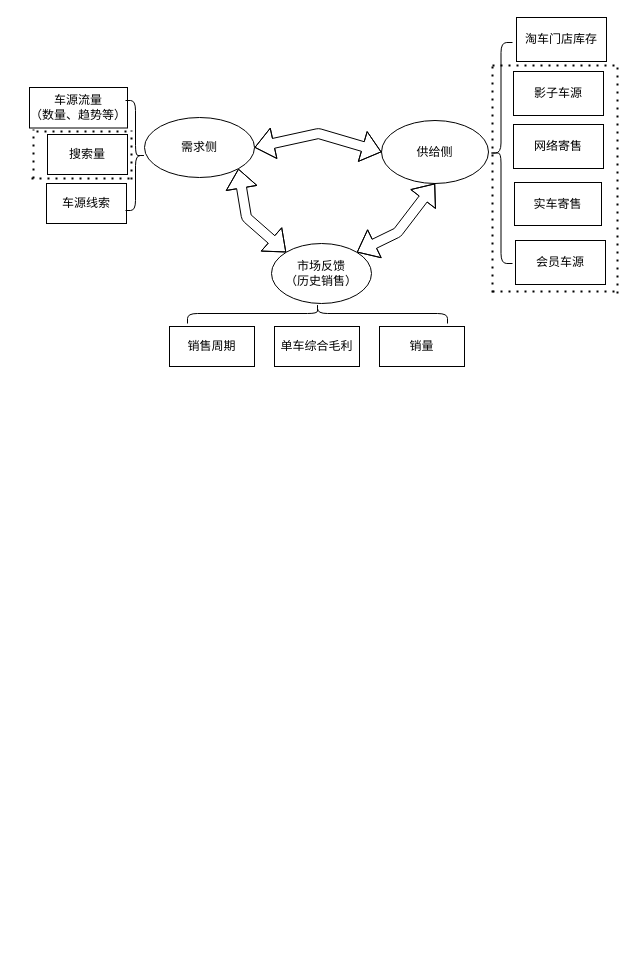
Above: Untitled Diagram.drawio in mrlonely001/gittest (draw.io), before the change. Source tidied: cells renumbered, new cells numbered last; positions are measured from the earlier drawing's top-left corner, leaving out a move shared by most shapes. Both pictures are drawn from the tidied source at 100%, with x=0, y=0 at pixel (29, 17).
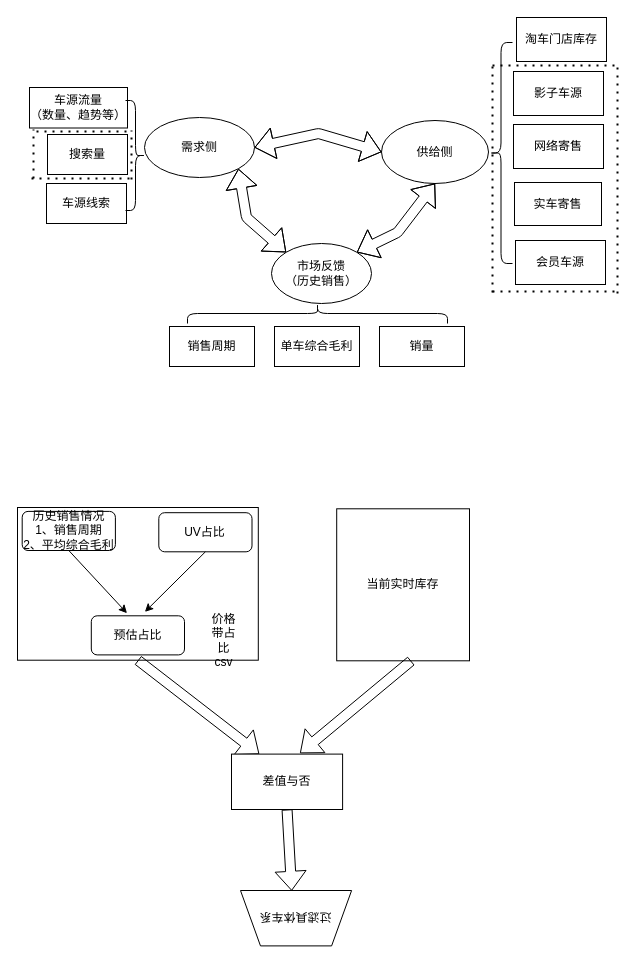
The same diagram, later.

What changed in the source:
```diff
@@
+    <mxCell id="30" style="group;" parent="1" vertex="1">
+      <mxGeometry x="-12" y="490" width="452" height="435" as="geometry" />
+    </mxCell>
+    <mxCell id="31" style="group;" parent="30" vertex="1">
+      <mxGeometry width="452" height="153.3" as="geometry" />
+    </mxCell>
+    <mxCell id="32" style="rounded=0;whiteSpace=wrap;html=1;" parent="31" vertex="1">
+      <mxGeometry width="240.8" height="152.7" as="geometry" />
+    </mxCell>
+    <mxCell id="33" value="历史销售情况&lt;br&gt;1、销售周期&lt;br&gt;2、平均综合毛利" style="rounded=1;whiteSpace=wrap;html=1;" parent="31" vertex="1">
+      <mxGeometry x="4.7" y="3.9" width="93.2" height="39.1" as="geometry" />
+    </mxCell>
+    <mxCell id="34" value="UV占比&lt;br&gt;" style="rounded=1;whiteSpace=wrap;html=1;" parent="31" vertex="1">
+      <mxGeometry x="141.3" y="5.2" width="93.2" height="39.1" as="geometry" />
+    </mxCell>
+    <mxCell id="35" style="endArrow=classic;html=1;exitX=0.5;exitY=1;exitDx=0;exitDy=0;" parent="31" edge="1" source="33">
+      <mxGeometry relative="1" as="geometry">
+        <mxPoint x="109.5" y="105.7" as="targetPoint" />
+      </mxGeometry>
+    </mxCell>
+    <mxCell id="36" style="endArrow=classic;html=1;exitX=0.5;exitY=1;exitDx=0;exitDy=0;" parent="31" edge="1" source="34">
+      <mxGeometry relative="1" as="geometry">
+        <mxPoint x="127.4" y="104.4" as="targetPoint" />
+      </mxGeometry>
+    </mxCell>
+    <mxCell id="37" value="预估占比" style="rounded=1;whiteSpace=wrap;html=1;" parent="31" vertex="1">
+      <mxGeometry x="73.8" y="108.3" width="93.2" height="39.1" as="geometry" />
+    </mxCell>
+    <mxCell id="38" value="价格带占比csv" style="text;html=1;strokeColor=none;fillColor=none;align=center;verticalAlign=middle;whiteSpace=wrap;rounded=0;" parent="31" vertex="1">
+      <mxGeometry x="191.1" y="126.6" width="31.1" height="13" as="geometry" />
+    </mxCell>
+    <mxCell id="39" value="当前实时库存" style="rounded=0;whiteSpace=wrap;html=1;" parent="31" vertex="1">
+      <mxGeometry x="319.2" y="1.3" width="132.8" height="152" as="geometry" />
+    </mxCell>
+    <mxCell id="40" style="shape=flexArrow;endArrow=classic;html=1;exitX=0.5;exitY=1;exitDx=0;exitDy=0;entryX=0.25;entryY=0;entryDx=0;entryDy=0;" parent="30" edge="1" source="32" target="42">
+      <mxGeometry relative="1" as="geometry" />
+    </mxCell>
+    <mxCell id="41" style="shape=flexArrow;endArrow=classic;html=1;exitX=0.561;exitY=1;exitDx=0;exitDy=0;exitPerimeter=0;" parent="30" edge="1" source="39">
+      <mxGeometry relative="1" as="geometry">
+        <mxPoint x="282.5" y="245.7" as="targetPoint" />
+      </mxGeometry>
+    </mxCell>
+    <mxCell id="42" value="差值与否" style="rounded=0;whiteSpace=wrap;html=1;" parent="30" vertex="1">
+      <mxGeometry x="214" y="246.6" width="111.1" height="55.4" as="geometry" />
+    </mxCell>
+    <mxCell id="43" style="shape=flexArrow;endArrow=classic;html=1;exitX=0.5;exitY=1;exitDx=0;exitDy=0;" parent="30" edge="1" source="42">
+      <mxGeometry relative="1" as="geometry">
+        <mxPoint x="274.2" y="383.3" as="targetPoint" />
+      </mxGeometry>
+    </mxCell>
+    <mxCell id="44" value="过滤具体车系" style="shape=trapezoid;perimeter=trapezoidPerimeter;whiteSpace=wrap;html=1;fixedSize=1;rotation=-180;" parent="30" vertex="1">
+      <mxGeometry x="223" y="383" width="111.1" height="55.4" as="geometry" />
+    </mxCell>
```
